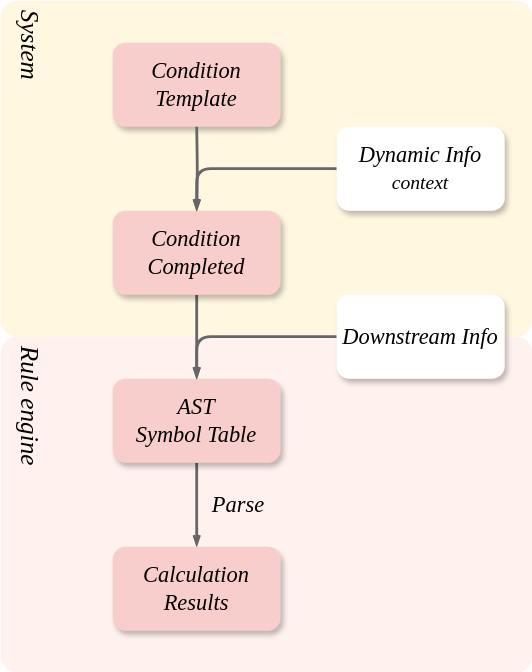
Algo2147483647/notes keeps this draw.io diagram as engineering/software system design/assets/condition.svg. Above is the earlier version. Source tidied: cells renumbered, new cells last; positions are measured from the earlier drawing's top-left corner, leaving out a move shared by most shapes. Source of this version:
```xml
<mxGraphModel>
  <root>
    <mxCell id="0" />
    <mxCell id="1" parent="0" />
    <mxCell id="2" style="rounded=1;whiteSpace=wrap;html=1;fillColor=#fff2cc;strokeColor=none;shadow=0;arcSize=5;opacity=60;" parent="1" vertex="1">
      <mxGeometry width="380" height="240" as="geometry" />
    </mxCell>
    <mxCell id="3" style="rounded=1;whiteSpace=wrap;html=1;fillColor=#FFE8E3;strokeColor=none;shadow=0;arcSize=5;opacity=60;" parent="1" vertex="1">
      <mxGeometry y="240" width="380" height="240" as="geometry" />
    </mxCell>
    <mxCell id="4" value="Condition Template" style="rounded=1;whiteSpace=wrap;html=1;shadow=1;strokeColor=none;fontFamily=Times New Roman;fontStyle=2;fontSize=16;fillColor=#f8cecc;" parent="1" vertex="1">
      <mxGeometry x="80" y="30" width="120" height="60" as="geometry" />
    </mxCell>
    <mxCell id="5" style="edgeStyle=orthogonalEdgeStyle;shape=connector;curved=0;rounded=1;jettySize=auto;html=1;strokeColor=#666666;strokeWidth=2;align=center;verticalAlign=middle;fontFamily=Helvetica;fontSize=11;fontColor=default;labelBackgroundColor=default;endArrow=openThin;endFill=0;endSize=4;fillColor=#f5f5f5;" parent="1" edge="1" target="7">
      <mxGeometry relative="1" as="geometry">
        <mxPoint x="140" y="90" as="sourcePoint" />
      </mxGeometry>
    </mxCell>
    <mxCell id="6" style="edgeStyle=orthogonalEdgeStyle;shape=connector;curved=0;rounded=1;jettySize=auto;html=1;strokeColor=#666666;strokeWidth=2;align=center;verticalAlign=middle;fontFamily=Helvetica;fontSize=11;fontColor=default;labelBackgroundColor=default;endArrow=openThin;endFill=0;endSize=4;fillColor=#f5f5f5;" parent="1" edge="1" source="7" target="11">
      <mxGeometry relative="1" as="geometry" />
    </mxCell>
    <mxCell id="7" value="Condition&lt;div style=&quot;font-size: 16px;&quot;&gt;Completed&lt;/div&gt;" style="rounded=1;whiteSpace=wrap;html=1;shadow=1;strokeColor=none;fontFamily=Times New Roman;fontStyle=2;fontSize=16;fillColor=#f8cecc;" parent="1" vertex="1">
      <mxGeometry x="80" y="150" width="120" height="60" as="geometry" />
    </mxCell>
    <mxCell id="8" style="edgeStyle=orthogonalEdgeStyle;shape=connector;curved=0;rounded=1;jettySize=auto;html=1;entryX=0.5;entryY=0;entryDx=0;entryDy=0;strokeColor=#666666;strokeWidth=2;align=center;verticalAlign=middle;fontFamily=Helvetica;fontSize=11;fontColor=default;labelBackgroundColor=default;endArrow=openThin;endFill=0;endSize=4;fillColor=#f5f5f5;exitX=0;exitY=0.5;exitDx=0;exitDy=0;" parent="1" edge="1" source="9" target="7">
      <mxGeometry relative="1" as="geometry" />
    </mxCell>
    <mxCell id="9" value="Dynamic Info&lt;div style=&quot;&quot;&gt;&lt;font style=&quot;font-size: 14px;&quot;&gt;context&lt;/font&gt;&lt;/div&gt;" style="rounded=1;whiteSpace=wrap;html=1;shadow=1;strokeColor=none;fontFamily=Times New Roman;fontStyle=2;fontSize=16;" parent="1" vertex="1">
      <mxGeometry x="240" y="90" width="120" height="60" as="geometry" />
    </mxCell>
    <mxCell id="10" style="edgeStyle=orthogonalEdgeStyle;shape=connector;curved=0;rounded=1;jettySize=auto;html=1;strokeColor=#666666;strokeWidth=2;align=center;verticalAlign=middle;fontFamily=Helvetica;fontSize=11;fontColor=default;labelBackgroundColor=default;endArrow=openThin;endFill=0;endSize=4;fillColor=#f5f5f5;" parent="1" edge="1" source="11" target="12">
      <mxGeometry relative="1" as="geometry" />
    </mxCell>
    <mxCell id="11" value="AST&lt;div&gt;Symbol Table&lt;/div&gt;" style="rounded=1;whiteSpace=wrap;html=1;shadow=1;strokeColor=none;fontFamily=Times New Roman;fontStyle=2;fontSize=16;fillColor=#f8cecc;" parent="1" vertex="1">
      <mxGeometry x="80" y="270" width="120" height="60" as="geometry" />
    </mxCell>
    <mxCell id="12" value="Calculation Results" style="rounded=1;whiteSpace=wrap;html=1;shadow=1;strokeColor=none;fontFamily=Times New Roman;fontStyle=2;fontSize=16;fillColor=#f8cecc;" parent="1" vertex="1">
      <mxGeometry x="80" y="390" width="120" height="60" as="geometry" />
    </mxCell>
    <mxCell id="13" value="&lt;font face=&quot;Times New Roman&quot;&gt;&lt;span style=&quot;font-size: 18px;&quot;&gt;&lt;i&gt;Rule engine&lt;/i&gt;&lt;/span&gt;&lt;/font&gt;" style="text;whiteSpace=wrap;html=1;fontFamily=Helvetica;fontSize=11;fontColor=default;labelBackgroundColor=none;align=center;horizontal=1;textDirection=vertical-lr;" parent="1" vertex="1">
      <mxGeometry y="240" width="40" height="110" as="geometry" />
    </mxCell>
    <mxCell id="14" value="&lt;font face=&quot;Times New Roman&quot;&gt;&lt;span style=&quot;font-size: 18px;&quot;&gt;&lt;i&gt;System&lt;/i&gt;&lt;/span&gt;&lt;/font&gt;" style="text;whiteSpace=wrap;html=1;fontFamily=Helvetica;fontSize=11;fontColor=default;labelBackgroundColor=none;align=center;horizontal=1;textDirection=vertical-lr;" parent="1" vertex="1">
      <mxGeometry width="40" height="150" as="geometry" />
    </mxCell>
    <mxCell id="15" style="edgeStyle=orthogonalEdgeStyle;shape=connector;curved=0;rounded=1;jettySize=auto;html=1;entryX=0.5;entryY=0;entryDx=0;entryDy=0;strokeColor=#666666;strokeWidth=2;align=center;verticalAlign=middle;fontFamily=Helvetica;fontSize=11;fontColor=default;labelBackgroundColor=default;endArrow=openThin;endFill=0;endSize=4;fillColor=#f5f5f5;" parent="1" edge="1" source="16" target="11">
      <mxGeometry relative="1" as="geometry" />
    </mxCell>
    <mxCell id="16" value="Downstream Info" style="rounded=1;whiteSpace=wrap;html=1;shadow=1;strokeColor=none;fontFamily=Times New Roman;fontStyle=2;fontSize=16;" parent="1" vertex="1">
      <mxGeometry x="240" y="210" width="120" height="60" as="geometry" />
    </mxCell>
    <mxCell id="17" value="&lt;div style=&quot;&quot;&gt;&lt;font face=&quot;Times New Roman&quot;&gt;&lt;span style=&quot;font-size: 16px;&quot;&gt;&lt;i&gt;Parse&lt;/i&gt;&lt;/span&gt;&lt;/font&gt;&lt;/div&gt;" style="text;whiteSpace=wrap;html=1;fontFamily=Helvetica;fontSize=11;fontColor=default;labelBackgroundColor=none;align=center;verticalAlign=middle;" parent="1" vertex="1">
      <mxGeometry x="140" y="340" width="60" height="40" as="geometry" />
    </mxCell>
  </root>
</mxGraphModel>
```
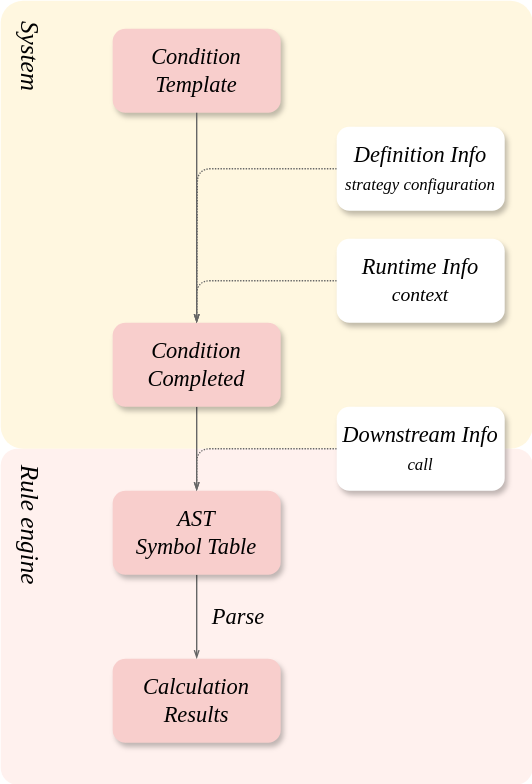
Above is the later version.

The edit, as a diff of the source:
```diff
@@ -3,32 +3,30 @@
     <mxCell id="0" />
     <mxCell id="1" parent="0" />
     <mxCell id="2" style="rounded=1;whiteSpace=wrap;html=1;fillColor=#fff2cc;strokeColor=none;shadow=0;arcSize=5;opacity=60;" parent="1" vertex="1">
-      <mxGeometry width="380" height="240" as="geometry" />
+      <mxGeometry y="-80" width="380" height="320" as="geometry" />
     </mxCell>
     <mxCell id="3" style="rounded=1;whiteSpace=wrap;html=1;fillColor=#FFE8E3;strokeColor=none;shadow=0;arcSize=5;opacity=60;" parent="1" vertex="1">
       <mxGeometry y="240" width="380" height="240" as="geometry" />
     </mxCell>
     <mxCell id="4" value="Condition Template" style="rounded=1;whiteSpace=wrap;html=1;shadow=1;strokeColor=none;fontFamily=Times New Roman;fontStyle=2;fontSize=16;fillColor=#f8cecc;" parent="1" vertex="1">
-      <mxGeometry x="80" y="30" width="120" height="60" as="geometry" />
+      <mxGeometry x="80" y="-60" width="120" height="60" as="geometry" />
     </mxCell>
-    <mxCell id="5" style="edgeStyle=orthogonalEdgeStyle;shape=connector;curved=0;rounded=1;jettySize=auto;html=1;strokeColor=#666666;strokeWidth=2;align=center;verticalAlign=middle;fontFamily=Helvetica;fontSize=11;fontColor=default;labelBackgroundColor=default;endArrow=openThin;endFill=0;endSize=4;fillColor=#f5f5f5;" parent="1" edge="1" target="7">
-      <mxGeometry relative="1" as="geometry">
-        <mxPoint x="140" y="90" as="sourcePoint" />
-      </mxGeometry>
+    <mxCell id="5" style="edgeStyle=orthogonalEdgeStyle;shape=connector;curved=0;rounded=1;jettySize=auto;html=1;strokeColor=#666666;strokeWidth=1;align=center;verticalAlign=middle;fontFamily=Helvetica;fontSize=11;fontColor=default;labelBackgroundColor=default;endArrow=openThin;endFill=0;endSize=4;fillColor=#f5f5f5;exitX=0.5;exitY=1;exitDx=0;exitDy=0;" parent="1" edge="1" source="4" target="7">
+      <mxGeometry relative="1" as="geometry" />
     </mxCell>
-    <mxCell id="6" style="edgeStyle=orthogonalEdgeStyle;shape=connector;curved=0;rounded=1;jettySize=auto;html=1;strokeColor=#666666;strokeWidth=2;align=center;verticalAlign=middle;fontFamily=Helvetica;fontSize=11;fontColor=default;labelBackgroundColor=default;endArrow=openThin;endFill=0;endSize=4;fillColor=#f5f5f5;" parent="1" edge="1" source="7" target="11">
+    <mxCell id="6" style="edgeStyle=orthogonalEdgeStyle;shape=connector;curved=0;rounded=1;jettySize=auto;html=1;strokeColor=#666666;strokeWidth=1;align=center;verticalAlign=middle;fontFamily=Helvetica;fontSize=11;fontColor=default;labelBackgroundColor=default;endArrow=openThin;endFill=0;endSize=4;fillColor=#f5f5f5;" parent="1" edge="1" source="7" target="11">
       <mxGeometry relative="1" as="geometry" />
     </mxCell>
     <mxCell id="7" value="Condition&lt;div style=&quot;font-size: 16px;&quot;&gt;Completed&lt;/div&gt;" style="rounded=1;whiteSpace=wrap;html=1;shadow=1;strokeColor=none;fontFamily=Times New Roman;fontStyle=2;fontSize=16;fillColor=#f8cecc;" parent="1" vertex="1">
       <mxGeometry x="80" y="150" width="120" height="60" as="geometry" />
     </mxCell>
-    <mxCell id="8" style="edgeStyle=orthogonalEdgeStyle;shape=connector;curved=0;rounded=1;jettySize=auto;html=1;entryX=0.5;entryY=0;entryDx=0;entryDy=0;strokeColor=#666666;strokeWidth=2;align=center;verticalAlign=middle;fontFamily=Helvetica;fontSize=11;fontColor=default;labelBackgroundColor=default;endArrow=openThin;endFill=0;endSize=4;fillColor=#f5f5f5;exitX=0;exitY=0.5;exitDx=0;exitDy=0;" parent="1" edge="1" source="9" target="7">
+    <mxCell id="8" style="edgeStyle=orthogonalEdgeStyle;shape=connector;curved=0;rounded=1;jettySize=auto;html=1;entryX=0.5;entryY=0;entryDx=0;entryDy=0;strokeColor=#666666;strokeWidth=1;align=center;verticalAlign=middle;fontFamily=Helvetica;fontSize=11;fontColor=default;labelBackgroundColor=default;endArrow=openThin;endFill=0;endSize=4;fillColor=#f5f5f5;exitX=0;exitY=0.5;exitDx=0;exitDy=0;dashed=1;dashPattern=1 1;" parent="1" edge="1" source="9" target="7">
       <mxGeometry relative="1" as="geometry" />
     </mxCell>
-    <mxCell id="9" value="Dynamic Info&lt;div style=&quot;&quot;&gt;&lt;font style=&quot;font-size: 14px;&quot;&gt;context&lt;/font&gt;&lt;/div&gt;" style="rounded=1;whiteSpace=wrap;html=1;shadow=1;strokeColor=none;fontFamily=Times New Roman;fontStyle=2;fontSize=16;" parent="1" vertex="1">
+    <mxCell id="9" value="Runtime Info&lt;div style=&quot;&quot;&gt;&lt;font style=&quot;font-size: 14px;&quot;&gt;context&lt;/font&gt;&lt;/div&gt;" style="rounded=1;whiteSpace=wrap;html=1;shadow=1;strokeColor=none;fontFamily=Times New Roman;fontStyle=2;fontSize=16;" parent="1" vertex="1">
       <mxGeometry x="240" y="90" width="120" height="60" as="geometry" />
     </mxCell>
-    <mxCell id="10" style="edgeStyle=orthogonalEdgeStyle;shape=connector;curved=0;rounded=1;jettySize=auto;html=1;strokeColor=#666666;strokeWidth=2;align=center;verticalAlign=middle;fontFamily=Helvetica;fontSize=11;fontColor=default;labelBackgroundColor=default;endArrow=openThin;endFill=0;endSize=4;fillColor=#f5f5f5;" parent="1" edge="1" source="11" target="12">
+    <mxCell id="10" style="edgeStyle=orthogonalEdgeStyle;shape=connector;curved=0;rounded=1;jettySize=auto;html=1;strokeColor=#666666;strokeWidth=1;align=center;verticalAlign=middle;fontFamily=Helvetica;fontSize=11;fontColor=default;labelBackgroundColor=default;endArrow=openThin;endFill=0;endSize=4;fillColor=#f5f5f5;" parent="1" edge="1" source="11" target="12">
       <mxGeometry relative="1" as="geometry" />
     </mxCell>
     <mxCell id="11" value="AST&lt;div&gt;Symbol Table&lt;/div&gt;" style="rounded=1;whiteSpace=wrap;html=1;shadow=1;strokeColor=none;fontFamily=Times New Roman;fontStyle=2;fontSize=16;fillColor=#f8cecc;" parent="1" vertex="1">
@@ -37,20 +35,28 @@
     <mxCell id="12" value="Calculation Results" style="rounded=1;whiteSpace=wrap;html=1;shadow=1;strokeColor=none;fontFamily=Times New Roman;fontStyle=2;fontSize=16;fillColor=#f8cecc;" parent="1" vertex="1">
       <mxGeometry x="80" y="390" width="120" height="60" as="geometry" />
     </mxCell>
-    <mxCell id="13" value="&lt;font face=&quot;Times New Roman&quot;&gt;&lt;span style=&quot;font-size: 18px;&quot;&gt;&lt;i&gt;Rule engine&lt;/i&gt;&lt;/span&gt;&lt;/font&gt;" style="text;whiteSpace=wrap;html=1;fontFamily=Helvetica;fontSize=11;fontColor=default;labelBackgroundColor=none;align=center;horizontal=1;textDirection=vertical-lr;" parent="1" vertex="1">
+    <mxCell id="13" value="&lt;font face=&quot;Times New Roman&quot;&gt;&lt;span style=&quot;font-size: 18px;&quot;&gt;&lt;i&gt;Rule engine&lt;/i&gt;&lt;/span&gt;&lt;/font&gt;" style="text;whiteSpace=wrap;html=1;fontFamily=Helvetica;fontSize=11;fontColor=default;labelBackgroundColor=none;align=center;horizontal=1;textDirection=vertical-lr;verticalAlign=middle;" parent="1" vertex="1">
       <mxGeometry y="240" width="40" height="110" as="geometry" />
     </mxCell>
-    <mxCell id="14" value="&lt;font face=&quot;Times New Roman&quot;&gt;&lt;span style=&quot;font-size: 18px;&quot;&gt;&lt;i&gt;System&lt;/i&gt;&lt;/span&gt;&lt;/font&gt;" style="text;whiteSpace=wrap;html=1;fontFamily=Helvetica;fontSize=11;fontColor=default;labelBackgroundColor=none;align=center;horizontal=1;textDirection=vertical-lr;" parent="1" vertex="1">
-      <mxGeometry width="40" height="150" as="geometry" />
+    <mxCell id="14" value="&lt;font face=&quot;Times New Roman&quot;&gt;&lt;span style=&quot;font-size: 18px;&quot;&gt;&lt;i&gt;System&lt;/i&gt;&lt;/span&gt;&lt;/font&gt;" style="text;whiteSpace=wrap;html=1;fontFamily=Helvetica;fontSize=11;fontColor=default;labelBackgroundColor=none;align=center;horizontal=1;textDirection=vertical-lr;verticalAlign=middle;" parent="1" vertex="1">
+      <mxGeometry y="-80" width="40" height="80" as="geometry" />
     </mxCell>
-    <mxCell id="15" style="edgeStyle=orthogonalEdgeStyle;shape=connector;curved=0;rounded=1;jettySize=auto;html=1;entryX=0.5;entryY=0;entryDx=0;entryDy=0;strokeColor=#666666;strokeWidth=2;align=center;verticalAlign=middle;fontFamily=Helvetica;fontSize=11;fontColor=default;labelBackgroundColor=default;endArrow=openThin;endFill=0;endSize=4;fillColor=#f5f5f5;" parent="1" edge="1" source="16" target="11">
+    <mxCell id="15" style="edgeStyle=orthogonalEdgeStyle;shape=connector;curved=0;rounded=1;jettySize=auto;html=1;entryX=0.5;entryY=0;entryDx=0;entryDy=0;strokeColor=#666666;strokeWidth=1;align=center;verticalAlign=middle;fontFamily=Helvetica;fontSize=11;fontColor=default;labelBackgroundColor=default;endArrow=openThin;endFill=0;endSize=4;fillColor=#f5f5f5;dashed=1;dashPattern=1 1;" parent="1" edge="1" source="16" target="11">
       <mxGeometry relative="1" as="geometry" />
     </mxCell>
-    <mxCell id="16" value="Downstream Info" style="rounded=1;whiteSpace=wrap;html=1;shadow=1;strokeColor=none;fontFamily=Times New Roman;fontStyle=2;fontSize=16;" parent="1" vertex="1">
+    <mxCell id="16" value="Downstream Info&lt;div&gt;&lt;font style=&quot;font-size: 12px;&quot;&gt;call&lt;/font&gt;&lt;/div&gt;" style="rounded=1;whiteSpace=wrap;html=1;shadow=1;strokeColor=none;fontFamily=Times New Roman;fontStyle=2;fontSize=16;" parent="1" vertex="1">
       <mxGeometry x="240" y="210" width="120" height="60" as="geometry" />
     </mxCell>
     <mxCell id="17" value="&lt;div style=&quot;&quot;&gt;&lt;font face=&quot;Times New Roman&quot;&gt;&lt;span style=&quot;font-size: 16px;&quot;&gt;&lt;i&gt;Parse&lt;/i&gt;&lt;/span&gt;&lt;/font&gt;&lt;/div&gt;" style="text;whiteSpace=wrap;html=1;fontFamily=Helvetica;fontSize=11;fontColor=default;labelBackgroundColor=none;align=center;verticalAlign=middle;" parent="1" vertex="1">
       <mxGeometry x="140" y="340" width="60" height="40" as="geometry" />
     </mxCell>
+    <mxCell id="18" style="edgeStyle=orthogonalEdgeStyle;shape=connector;curved=0;rounded=1;jettySize=auto;html=1;strokeColor=#666666;strokeWidth=1;align=center;verticalAlign=middle;fontFamily=Helvetica;fontSize=11;fontColor=default;labelBackgroundColor=default;endArrow=openThin;endFill=0;endSize=4;fillColor=#f5f5f5;dashed=1;dashPattern=1 1;" parent="1" edge="1" source="19">
+      <mxGeometry relative="1" as="geometry">
+        <mxPoint x="140" y="150" as="targetPoint" />
+      </mxGeometry>
+    </mxCell>
+    <mxCell id="19" value="Definition Info&lt;div style=&quot;&quot;&gt;&lt;font style=&quot;font-size: 12px;&quot;&gt;strategy configuration&lt;/font&gt;&lt;/div&gt;" style="rounded=1;whiteSpace=wrap;html=1;shadow=1;strokeColor=none;fontFamily=Times New Roman;fontStyle=2;fontSize=16;" parent="1" vertex="1">
+      <mxGeometry x="240" y="10" width="120" height="60" as="geometry" />
+    </mxCell>
   </root>
 </mxGraphModel>
```
